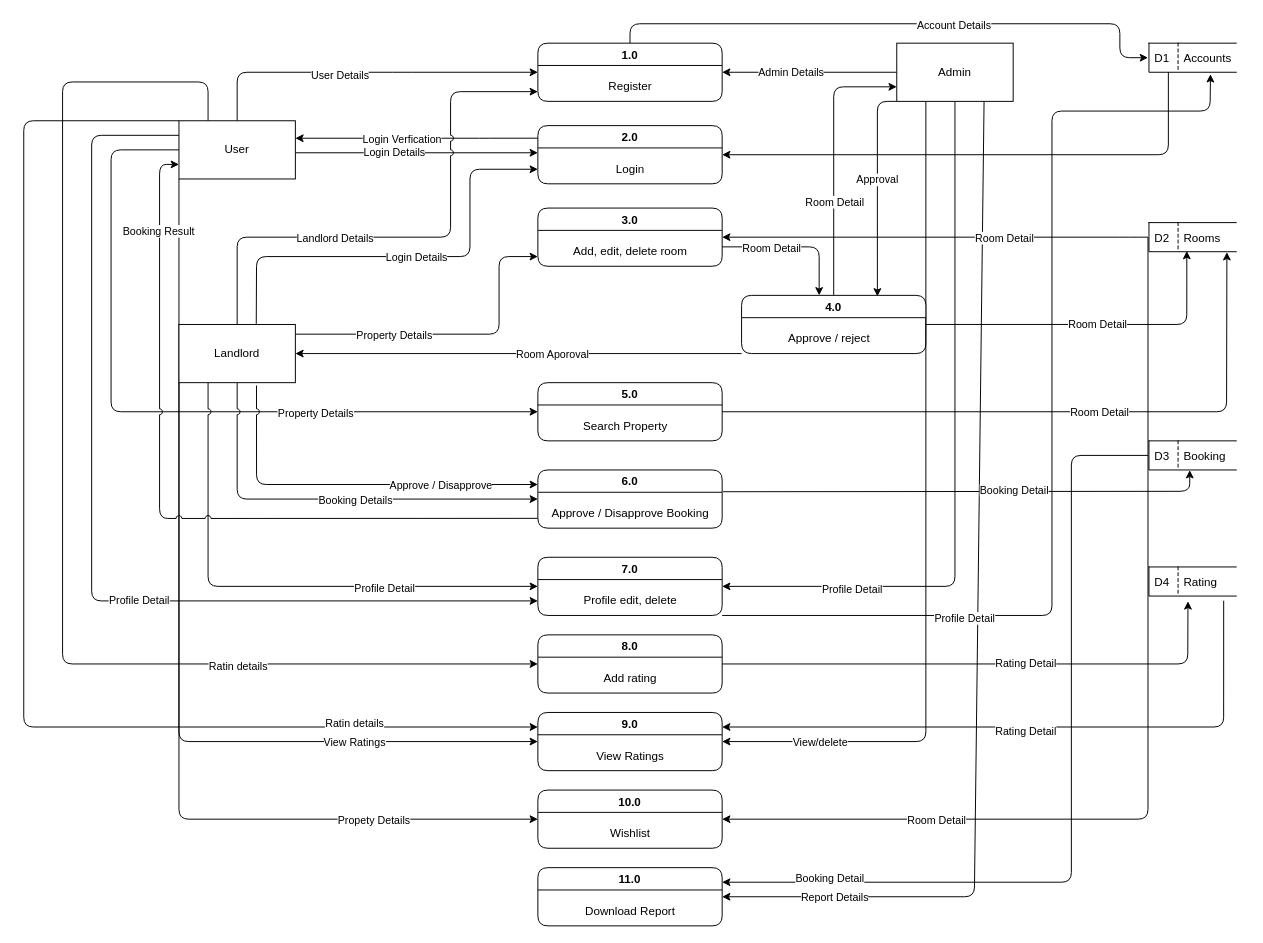
Above: DFD FYP/DFD FYP.drawio in SNOW15782/Fyp (draw.io), before the change. Source tidied: cells renumbered, new cells numbered last; positions are measured from the earlier drawing's top-left corner, leaving out a move shared by most shapes. Both pictures are drawn from the tidied source at 97%, with x=0, y=0 at pixel (23, 23).
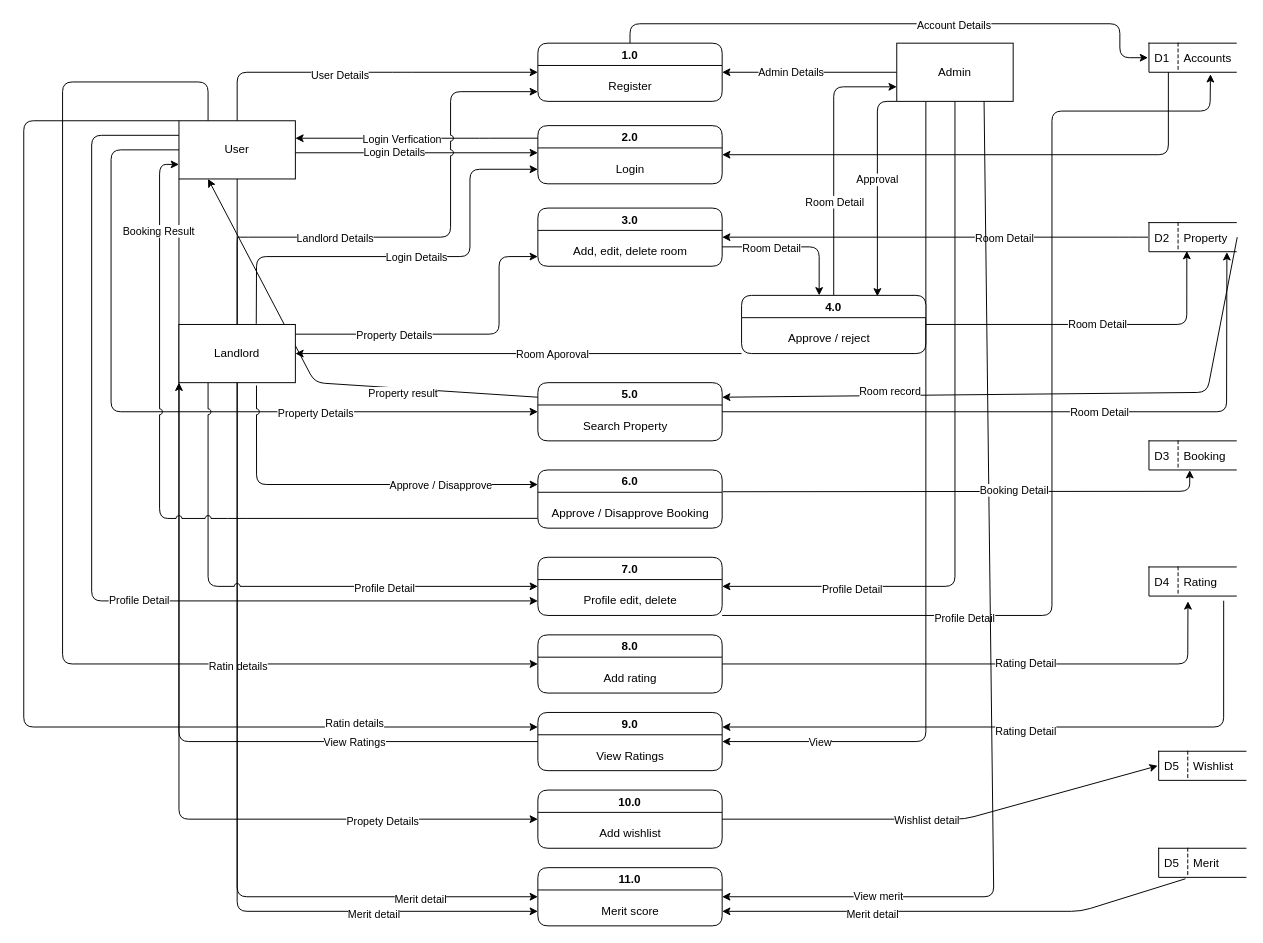
After the change.

Unchanged cells that the change refers to:
```xml
<mxCell id="10" value="Admin" style="rounded=0;whiteSpace=wrap;html=1;" parent="1" vertex="1">
  <mxGeometry x="900" y="20" width="120" height="60" as="geometry" />
</mxCell>
<mxCell id="32" value="User" style="rounded=0;whiteSpace=wrap;html=1;" parent="1" vertex="1">
  <mxGeometry x="160" y="100" width="120" height="60" as="geometry" />
</mxCell>
<mxCell id="54" value="5.0" style="swimlane;startSize=23;rounded=1;" parent="1" vertex="1">
  <mxGeometry x="530" y="370" width="190" height="60" as="geometry" />
</mxCell>
<mxCell id="57" value="6.0" style="swimlane;startSize=23;rounded=1;" parent="1" vertex="1">
  <mxGeometry x="530" y="460" width="190" height="60" as="geometry" />
</mxCell>
<mxCell id="66" value="9.0" style="swimlane;startSize=23;rounded=1;" parent="1" vertex="1">
  <mxGeometry x="530" y="710" width="190" height="60" as="geometry" />
</mxCell>
<mxCell id="68" value="10.0" style="swimlane;startSize=23;rounded=1;" parent="1" vertex="1">
  <mxGeometry x="530" y="790" width="190" height="60" as="geometry" />
</mxCell>
<mxCell id="70" value="11.0" style="swimlane;startSize=23;rounded=1;" parent="1" vertex="1">
  <mxGeometry x="530" y="870" width="190" height="60" as="geometry" />
</mxCell>
<mxCell id="85" value="Landlord" style="rounded=0;whiteSpace=wrap;html=1;" parent="1" vertex="1">
  <mxGeometry x="160" y="310" width="120" height="60" as="geometry" />
</mxCell>
<mxCell id="94" value="Booking" style="shape=partialRectangle;fillColor=none;align=left;verticalAlign=middle;strokeColor=default;spacingLeft=34;points=[[0,0.5],[1,0.5]];portConstraint=eastwest;strokeWidth=1;perimeterSpacing=1;right=0;" parent="1" vertex="1">
  <mxGeometry x="1160" y="430" width="90" height="30" as="geometry" />
</mxCell>
```

Diff of the diagram source:
```diff
@@
-    <mxCell id="9" style="edgeStyle=none;html=1;exitX=0.75;exitY=1;exitDx=0;exitDy=0;entryX=1;entryY=0.5;entryDx=0;entryDy=0;" parent="1" edge="1" source="10" target="70">
-      <mxGeometry relative="1" as="geometry">
-        <Array as="points">
-          <mxPoint x="980" y="900" />
-        </Array>
-      </mxGeometry>
-    </mxCell>
@@
-    <mxCell id="17" style="edgeStyle=none;html=1;exitX=0;exitY=0.5;exitDx=0;exitDy=0;entryX=1;entryY=0.5;entryDx=0;entryDy=0;" parent="1" edge="1" source="18" target="68">
-      <mxGeometry relative="1" as="geometry">
-        <Array as="points">
-          <mxPoint x="1159" y="820" />
-        </Array>
-      </mxGeometry>
-    </mxCell>
+    <mxCell id="104" style="edgeStyle=none;html=1;exitX=1;exitY=0.5;exitDx=0;exitDy=0;entryX=1;entryY=0.25;entryDx=0;entryDy=0;" parent="1" edge="1" source="18" target="54">
+      <mxGeometry relative="1" as="geometry">
+        <Array as="points">
+          <mxPoint x="1220" y="380" />
+        </Array>
+      </mxGeometry>
+    </mxCell>
-    <mxCell id="18" value="Rooms" style="shape=partialRectangle;fillColor=none;align=left;verticalAlign=middle;strokeColor=default;spacingLeft=34;points=[[0,0.5],[1,0.5]];portConstraint=eastwest;strokeWidth=1;perimeterSpacing=1;right=0;" parent="1" vertex="1">
+    <mxCell id="18" value="Property" style="shape=partialRectangle;fillColor=none;align=left;verticalAlign=middle;strokeColor=default;spacingLeft=34;points=[[0,0.5],[1,0.5]];portConstraint=eastwest;strokeWidth=1;perimeterSpacing=1;right=0;" parent="1" vertex="1">
       <mxGeometry x="1160" y="205" width="90" height="30" as="geometry" />
     </mxCell>
@@
+    <mxCell id="105" style="edgeStyle=none;html=1;exitX=0;exitY=0.25;exitDx=0;exitDy=0;entryX=0.25;entryY=1;entryDx=0;entryDy=0;" parent="1" edge="1" source="54" target="32">
+      <mxGeometry relative="1" as="geometry">
+        <Array as="points">
+          <mxPoint x="300" y="370" />
+        </Array>
+      </mxGeometry>
+    </mxCell>
@@
-    <mxCell id="69" value="Wishlist" style="text;html=1;align=center;verticalAlign=middle;strokeColor=none;fillColor=none;rotation=0;" parent="68" vertex="1">
-      <mxGeometry x="65" y="30" width="60" height="30" as="geometry" />
+    <mxCell id="69" value="Add wishlist" style="text;html=1;align=center;verticalAlign=middle;strokeColor=none;fillColor=none;rotation=0;" parent="68" vertex="1">
+      <mxGeometry x="50" y="30" width="90" height="30" as="geometry" />
     </mxCell>
+    <mxCell id="106" style="edgeStyle=none;html=1;exitX=0;exitY=0.5;exitDx=0;exitDy=0;entryX=0.5;entryY=1;entryDx=0;entryDy=0;startArrow=classic;startFill=1;endArrow=none;endFill=0;" parent="1" edge="1" source="70" target="85">
+      <mxGeometry relative="1" as="geometry">
+        <Array as="points">
+          <mxPoint x="220" y="900" />
+        </Array>
+      </mxGeometry>
+    </mxCell>
+    <mxCell id="107" value="Merit detail" style="edgeLabel;html=1;align=center;verticalAlign=middle;" parent="106" vertex="1">
+      <mxGeometry x="-0.71" y="2" relative="1" as="geometry" />
+    </mxCell>
+    <mxCell id="108" style="edgeStyle=none;html=1;exitX=1;exitY=0.5;exitDx=0;exitDy=0;entryX=0.75;entryY=1;entryDx=0;entryDy=0;startArrow=classic;startFill=1;endArrow=none;endFill=0;" parent="1" edge="1" source="70" target="10">
+      <mxGeometry relative="1" as="geometry">
+        <Array as="points">
+          <mxPoint x="1000" y="900" />
+        </Array>
+      </mxGeometry>
+    </mxCell>
+    <mxCell id="109" value="View merit" style="edgeLabel;html=1;align=center;verticalAlign=middle;" parent="108" vertex="1">
+      <mxGeometry x="-0.71" y="1" relative="1" as="geometry" />
+    </mxCell>
+    <mxCell id="110" style="edgeStyle=none;html=1;exitX=1;exitY=0.75;exitDx=0;exitDy=0;entryX=0.311;entryY=1.014;entryDx=0;entryDy=0;startArrow=classic;startFill=1;endArrow=none;endFill=0;entryPerimeter=0;" parent="1" edge="1" source="70" target="120">
+      <mxGeometry relative="1" as="geometry">
+        <Array as="points">
+          <mxPoint x="1090" y="915" />
+        </Array>
+      </mxGeometry>
+    </mxCell>
+    <mxCell id="111" value="Merit detail" style="edgeLabel;html=1;align=center;verticalAlign=middle;" parent="110" vertex="1">
+      <mxGeometry x="-0.36" y="-2" relative="1" as="geometry" />
+    </mxCell>
+    <mxCell id="112" style="edgeStyle=none;html=1;exitX=0;exitY=0.75;exitDx=0;exitDy=0;entryX=0.5;entryY=1;entryDx=0;entryDy=0;startArrow=classic;startFill=1;endArrow=none;endFill=0;" parent="1" edge="1" source="70" target="32">
+      <mxGeometry relative="1" as="geometry">
+        <Array as="points">
+          <mxPoint x="220" y="915" />
+        </Array>
+      </mxGeometry>
+    </mxCell>
+    <mxCell id="113" value="Merit detail" style="edgeLabel;html=1;align=center;verticalAlign=middle;" parent="112" vertex="1">
+      <mxGeometry x="-0.68" y="2" relative="1" as="geometry" />
+    </mxCell>
@@
-    <mxCell id="71" value="Download Report" style="text;html=1;align=center;verticalAlign=middle;strokeColor=none;fillColor=none;rotation=0;" parent="70" vertex="1">
-      <mxGeometry x="35" y="30" width="120" height="30" as="geometry" />
+    <mxCell id="71" value="Merit score" style="text;html=1;align=center;verticalAlign=middle;strokeColor=none;fillColor=none;rotation=0;" parent="70" vertex="1">
+      <mxGeometry x="55" y="30" width="80" height="30" as="geometry" />
     </mxCell>
@@
-    <mxCell id="78" style="edgeStyle=none;html=1;entryX=0;entryY=0.5;entryDx=0;entryDy=0;jumpStyle=arc;" parent="1" edge="1" source="85" target="57">
-      <mxGeometry relative="1" as="geometry">
-        <Array as="points">
-          <mxPoint x="220" y="490" />
-        </Array>
-      </mxGeometry>
-    </mxCell>
-    <mxCell id="79" value="Booking Details" style="edgeLabel;html=1;align=center;verticalAlign=middle;" parent="78" vertex="1">
-      <mxGeometry x="0.12" y="-1" relative="1" as="geometry" />
-    </mxCell>
@@
-    <mxCell id="84" style="edgeStyle=none;html=1;exitX=0;exitY=1;exitDx=0;exitDy=0;entryX=0;entryY=0.5;entryDx=0;entryDy=0;" parent="1" edge="1" source="85" target="66">
+    <mxCell id="84" style="edgeStyle=none;html=1;exitX=0;exitY=1;exitDx=0;exitDy=0;entryX=0;entryY=0.5;entryDx=0;entryDy=0;startArrow=classic;startFill=1;endArrow=none;endFill=0;" parent="1" edge="1" source="85" target="66">
       <mxGeometry relative="1" as="geometry">
         <Array as="points">
           <mxPoint x="160" y="740" />
         </Array>
       </mxGeometry>
     </mxCell>
@@
     <mxCell id="90" value="Propety Details" style="edgeLabel;html=1;align=center;verticalAlign=middle;" parent="1" vertex="1">
-      <mxGeometry x="360" y="820" as="geometry" />
+      <mxGeometry x="360" y="820" as="geometry">
+        <mxPoint x="9" y="1" as="offset" />
+      </mxGeometry>
     </mxCell>
-    <mxCell id="91" value="View/delete" style="edgeLabel;html=1;align=center;verticalAlign=middle;" parent="1" vertex="1">
+    <mxCell id="91" value="View" style="edgeLabel;html=1;align=center;verticalAlign=middle;" parent="1" vertex="1">
       <mxGeometry x="820" y="740" as="geometry" />
     </mxCell>
-    <mxCell id="92" value="Report Details" style="edgeLabel;html=1;align=center;verticalAlign=middle;" parent="1" vertex="1">
-      <mxGeometry x="835" y="900" as="geometry" />
-    </mxCell>
-    <mxCell id="93" style="edgeStyle=none;html=1;exitX=0;exitY=0.5;exitDx=0;exitDy=0;entryX=1;entryY=0.25;entryDx=0;entryDy=0;" parent="1" edge="1" source="94" target="70">
-      <mxGeometry relative="1" as="geometry">
-        <Array as="points">
-          <mxPoint x="1080" y="445" />
-          <mxPoint x="1080" y="885" />
-        </Array>
-      </mxGeometry>
-    </mxCell>
@@
-    <mxCell id="102" value="Room Detail" style="edgeLabel;html=1;align=center;verticalAlign=middle;" parent="1" vertex="1">
-      <mxGeometry x="940" y="820" as="geometry" />
-    </mxCell>
-    <mxCell id="103" value="Booking Detail" style="edgeLabel;html=1;align=center;verticalAlign=middle;" parent="1" vertex="1">
-      <mxGeometry x="830" y="880" as="geometry" />
-    </mxCell>
+    <mxCell id="114" value="Room record" style="edgeLabel;html=1;align=center;verticalAlign=middle;" parent="1" vertex="1">
+      <mxGeometry x="880" y="380" as="geometry">
+        <mxPoint x="12" y="-2" as="offset" />
+      </mxGeometry>
+    </mxCell>
+    <mxCell id="115" value="Property result" style="edgeLabel;html=1;align=center;verticalAlign=middle;" parent="1" vertex="1">
+      <mxGeometry x="390" y="380" as="geometry" />
+    </mxCell>
+    <mxCell id="116" style="edgeStyle=none;html=1;exitX=0;exitY=0.5;exitDx=0;exitDy=0;entryX=1;entryY=0.5;entryDx=0;entryDy=0;startArrow=classic;startFill=1;endArrow=none;endFill=0;" parent="1" edge="1" source="118" target="68">
+      <mxGeometry relative="1" as="geometry">
+        <Array as="points">
+          <mxPoint x="970" y="820" />
+        </Array>
+      </mxGeometry>
+    </mxCell>
+    <mxCell id="117" value="Wishlist detail" style="edgeLabel;html=1;align=center;verticalAlign=middle;" parent="116" vertex="1">
+      <mxGeometry x="0.08" relative="1" as="geometry" />
+    </mxCell>
+    <mxCell id="118" value="Wishlist" style="shape=partialRectangle;fillColor=none;align=left;verticalAlign=middle;strokeColor=default;spacingLeft=34;points=[[0,0.5],[1,0.5]];portConstraint=eastwest;strokeWidth=1;perimeterSpacing=1;right=0;" parent="1" vertex="1">
+      <mxGeometry x="1170" y="750" width="90" height="30" as="geometry" />
+    </mxCell>
+    <mxCell id="119" value="D5" style="shape=partialRectangle;top=0;left=0;bottom=0;fillColor=none;stokeWidth=1;dashed=1;align=left;verticalAlign=middle;spacingLeft=4;spacingRight=4;overflow=hidden;strokeColor=default;" parent="118" vertex="1">
+      <mxGeometry width="30" height="30" as="geometry" />
+    </mxCell>
+    <mxCell id="120" value="Merit" style="shape=partialRectangle;fillColor=none;align=left;verticalAlign=middle;strokeColor=default;spacingLeft=34;points=[[0,0.5],[1,0.5]];portConstraint=eastwest;strokeWidth=1;perimeterSpacing=1;right=0;" parent="1" vertex="1">
+      <mxGeometry x="1170" y="850" width="90" height="30" as="geometry" />
+    </mxCell>
+    <mxCell id="121" value="D5" style="shape=partialRectangle;top=0;left=0;bottom=0;fillColor=none;stokeWidth=1;dashed=1;align=left;verticalAlign=middle;spacingLeft=4;spacingRight=4;overflow=hidden;strokeColor=default;" parent="120" vertex="1">
+      <mxGeometry width="30" height="30" as="geometry" />
+    </mxCell>
```
